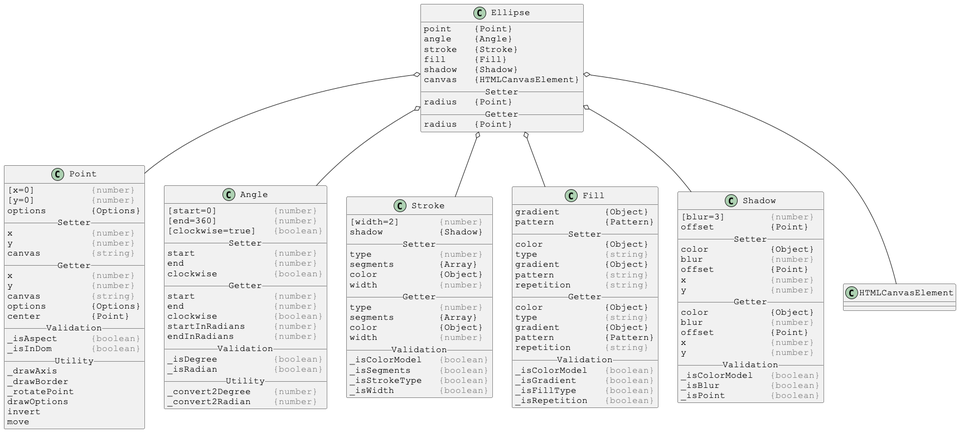
Justin-Byrne/canvasLab keeps this PlantUML diagram as docs/PlantUml/image/linked/Ellipse-linked.png. Above is the earlier version. Its diagram source:
```plantuml
@startuml

skinparam DefaultFontSize 16
skinparam DefaultFontName Courier New

class Ellipse {
point    {Point}
angle    {Angle}
stroke   {Stroke}
fill     {Fill}
shadow   {Shadow}
canvas   {HTMLCanvasElement}
__ Setter __
radius   {Point}
__ Getter __
radius   {Point}
}

Ellipse o-- Point
Ellipse o-- Angle
Ellipse o-- Stroke
Ellipse o-- Fill
Ellipse o-- Shadow
Ellipse o-- HTMLCanvasElement



skinparam DefaultFontSize 16
skinparam DefaultFontName Courier New

class Point {
[x=0]          <color:gray>{number}</color>
[y=0]          <color:gray>{number}</color>
options        {Options}
__ Setter __
x              <color:gray>{number}</color>
y              <color:gray>{number}</color>
canvas         <color:gray>{string}</color>
__ Getter __
x              <color:gray>{number}</color>
y              <color:gray>{number}</color>
canvas         <color:gray>{string}</color>
options        {Options}
center         {Point}
__ Validation __
_isAspect      <color:gray>{boolean}</color>
_isInDom       <color:gray>{boolean}</color>
__ Utility __
_drawAxis
_drawBorder
_rotatePoint
drawOptions
invert
move
}



skinparam DefaultFontSize 16
skinparam DefaultFontName Courier New

class Angle {
[start=0]          <color:gray>{number}</color>
[end=360]          <color:gray>{number}</color>
[clockwise=true]   <color:gray>{boolean}</color>
__ Setter __
start              <color:gray>{number}</color>
end                <color:gray>{number}</color>
clockwise          <color:gray>{boolean}</color>
__ Getter __
start              <color:gray>{number}</color>
end                <color:gray>{number}</color>
clockwise          <color:gray>{boolean}</color>
startInRadians     <color:gray>{number}</color>
endInRadians       <color:gray>{number}</color>
__ Validation __
_isDegree          <color:gray>{boolean}</color>
_isRadian          <color:gray>{boolean}</color>
__ Utility __
_convert2Degree    <color:gray>{number}</color>
_convert2Radian    <color:gray>{number}</color>
}



skinparam DefaultFontSize 16
skinparam DefaultFontName Courier New

class Stroke {
[width=2]       <color:gray>{number}</color>
shadow          {Shadow}
__ Setter __
type            <color:gray>{number}</color>
segments        {Array}
color           {Object}
width           <color:gray>{number}</color>
__ Getter __
type            <color:gray>{number}</color>
segments        {Array}
color           {Object}
width           <color:gray>{number}</color>
__ Validation __
_isColorModel   <color:gray>{boolean}</color>
_isSegments     <color:gray>{boolean}</color>
_isStrokeType   <color:gray>{boolean}</color>
_isWidth        <color:gray>{boolean}</color>
}



skinparam DefaultFontSize 16
skinparam DefaultFontName Courier New

class Fill {
gradient        {Object}
pattern         {Pattern}
__ Setter __
color           {Object}
type            <color:gray>{string}</color>
gradient        {Object}
pattern         <color:gray>{string}</color>
repetition      <color:gray>{string}</color>
__ Getter __
color           {Object}
type            <color:gray>{string}</color>
gradient        {Object}
pattern         {Pattern}
repetition      <color:gray>{string}</color>
__ Validation __
_isColorModel   <color:gray>{boolean}</color>
_isGradient     <color:gray>{boolean}</color>
_isFillType     <color:gray>{boolean}</color>
_isRepetition   <color:gray>{boolean}</color>
}



skinparam DefaultFontSize 16
skinparam DefaultFontName Courier New

class Shadow {
[blur=3]        <color:gray>{number}</color>
offset          {Point}
__ Setter __
color           {Object}
blur            <color:gray>{number}</color>
offset          {Point}
x               <color:gray>{number}</color>
y               <color:gray>{number}</color>
__ Getter __
color           {Object}
blur            <color:gray>{number}</color>
offset          {Point}
x               <color:gray>{number}</color>
y               <color:gray>{number}</color>
__ Validation __
_isColorModel   <color:gray>{boolean}</color>
_isBlur         <color:gray>{boolean}</color>
_isPoint        <color:gray>{boolean}</color>
}

@enduml
```
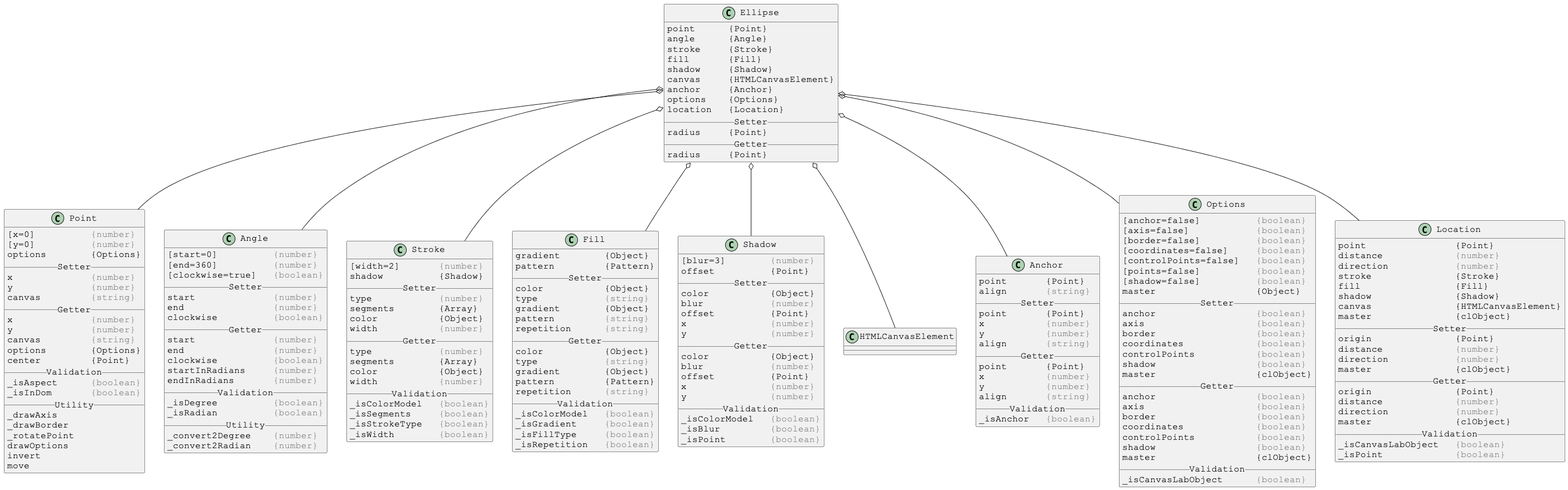
The same diagram one commit later.

Change to the diagram source:
```diff
@@ -4,16 +4,19 @@
 skinparam DefaultFontName Courier New
 
 class Ellipse {
-point    {Point}
-angle    {Angle}
-stroke   {Stroke}
-fill     {Fill}
-shadow   {Shadow}
-canvas   {HTMLCanvasElement}
+point      {Point}
+angle      {Angle}
+stroke     {Stroke}
+fill       {Fill}
+shadow     {Shadow}
+canvas     {HTMLCanvasElement}
+anchor     {Anchor}
+options    {Options}
+location   {Location}
 __ Setter __
-radius   {Point}
+radius     {Point}
 __ Getter __
-radius   {Point}
+radius     {Point}
 }
 
 Ellipse o-- Point
@@ -22,6 +25,9 @@
 Ellipse o-- Fill
 Ellipse o-- Shadow
 Ellipse o-- HTMLCanvasElement
+Ellipse o-- Anchor
+Ellipse o-- Options
+Ellipse o-- Location
 
 
 
@@ -159,4 +165,89 @@
 _isPoint        <color:gray>{boolean}</color>
 }
 
+
+
+skinparam DefaultFontSize 16
+skinparam DefaultFontName Courier New
+
+class Anchor {
+point       {Point}
+align       <color:gray>{string}</color>
+__ Setter __
+point       {Point}
+x           <color:gray>{number}</color>
+y           <color:gray>{number}</color>
+align       <color:gray>{string}</color>
+__ Getter __
+point       {Point}
+x           <color:gray>{number}</color>
+y           <color:gray>{number}</color>
+align       <color:gray>{string}</color>
+__ Validation __
+_isAnchor   <color:gray>{boolean}</color>
+}
+
+
+
+skinparam DefaultFontSize 16
+skinparam DefaultFontName Courier New
+
+class Options {
+[anchor=false]          <color:gray>{boolean}</color>
+[axis=false]            <color:gray>{boolean}</color>
+[border=false]          <color:gray>{boolean}</color>
+[coordinates=false]     <color:gray>{boolean}</color>
+[controlPoints=false]   <color:gray>{boolean}</color>
+[points=false]          <color:gray>{boolean}</color>
+[shadow=false]          <color:gray>{boolean}</color>
+master                  {Object}
+__ Setter __
+anchor                  <color:gray>{boolean}</color>
+axis                    <color:gray>{boolean}</color>
+border                  <color:gray>{boolean}</color>
+coordinates             <color:gray>{boolean}</color>
+controlPoints           <color:gray>{boolean}</color>
+shadow                  <color:gray>{boolean}</color>
+master                  {clObject}
+__ Getter __
+anchor                  <color:gray>{boolean}</color>
+axis                    <color:gray>{boolean}</color>
+border                  <color:gray>{boolean}</color>
+coordinates             <color:gray>{boolean}</color>
+controlPoints           <color:gray>{boolean}</color>
+shadow                  <color:gray>{boolean}</color>
+master                  {clObject}
+__ Validation __
+_isCanvasLabObject      <color:gray>{boolean}</color>
+}
+
+
+
+skinparam DefaultFontSize 16
+skinparam DefaultFontName Courier New
+
+class Location {
+point                {Point}
+distance             <color:gray>{number}</color>
+direction            <color:gray>{number}</color>
+stroke               {Stroke}
+fill                 {Fill}
+shadow               {Shadow}
+canvas               {HTMLCanvasElement}
+master               {clObject}
+__ Setter __
+origin               {Point}
+distance             <color:gray>{number}</color>
+direction            <color:gray>{number}</color>
+master               {clObject}
+__ Getter __
+origin               {Point}
+distance             <color:gray>{number}</color>
+direction            <color:gray>{number}</color>
+master               {clObject}
+__ Validation __
+_isCanvasLabObject   <color:gray>{boolean}</color>
+_isPoint             <color:gray>{boolean}</color>
+}
+
 @enduml
```
